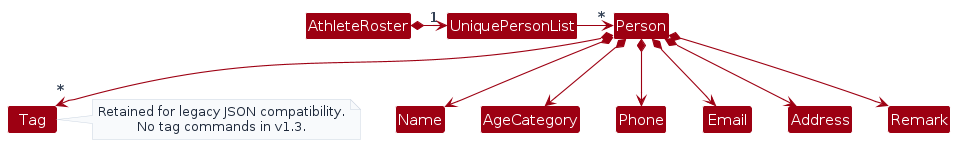
This is diagrams/BetterModelClassDiagram.png from AY2627S1-CS2103T-T17-2/tp, a PlantUML export, as it was before one commit. Its source is kept beside it as diagrams/BetterModelClassDiagram.puml.
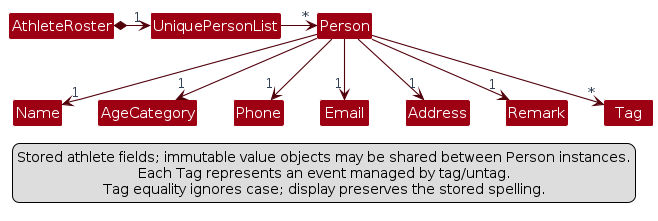
Later version of the same file.

The edit, as a diff of the source:
```diff
@@ -1,20 +1,35 @@
 @startuml
 !include style.puml
-skinparam arrowThickness 1.1
-skinparam arrowColor MODEL_COLOR
+skinparam ArrowFontStyle plain
+skinparam linetype polyline
+skinparam arrowColor MODEL_COLOR_T4
 skinparam classBackgroundColor MODEL_COLOR
-
+class AthleteRoster
+class UniquePersonList
+class Person
+class Name
+class AgeCategory
+class Phone
+class Email
+class Address
+class Remark
+class Tag
 AthleteRoster *-right-> "1" UniquePersonList
 UniquePersonList -right-> "*" Person
-Person *--> Name
-Person *--> AgeCategory
-Person *--> Phone
-Person *--> Email
-Person *--> Address
-Person *--> Remark
-Person *--> "*" Tag
-note right of Tag
-  Retained for legacy JSON compatibility.
-  No tag commands in v1.3.
-end note
+Person --> "1" Name
+Person --> "1" AgeCategory
+Person --> "1" Phone
+Person --> "1" Email
+Person --> "1" Address
+Person --> "1" Remark
+Person --> "*" Tag
+Name -[hidden]right- AgeCategory
+AgeCategory -[hidden]right- Phone
+Email -[hidden]right- Address
+Address -[hidden]right- Remark
+legend bottom
+  Stored athlete fields; immutable value objects may be shared between Person instances.
+  Each Tag represents an event managed by tag/untag.
+  Tag equality ignores case; display preserves the stored spelling.
+endlegend
 @enduml
```
